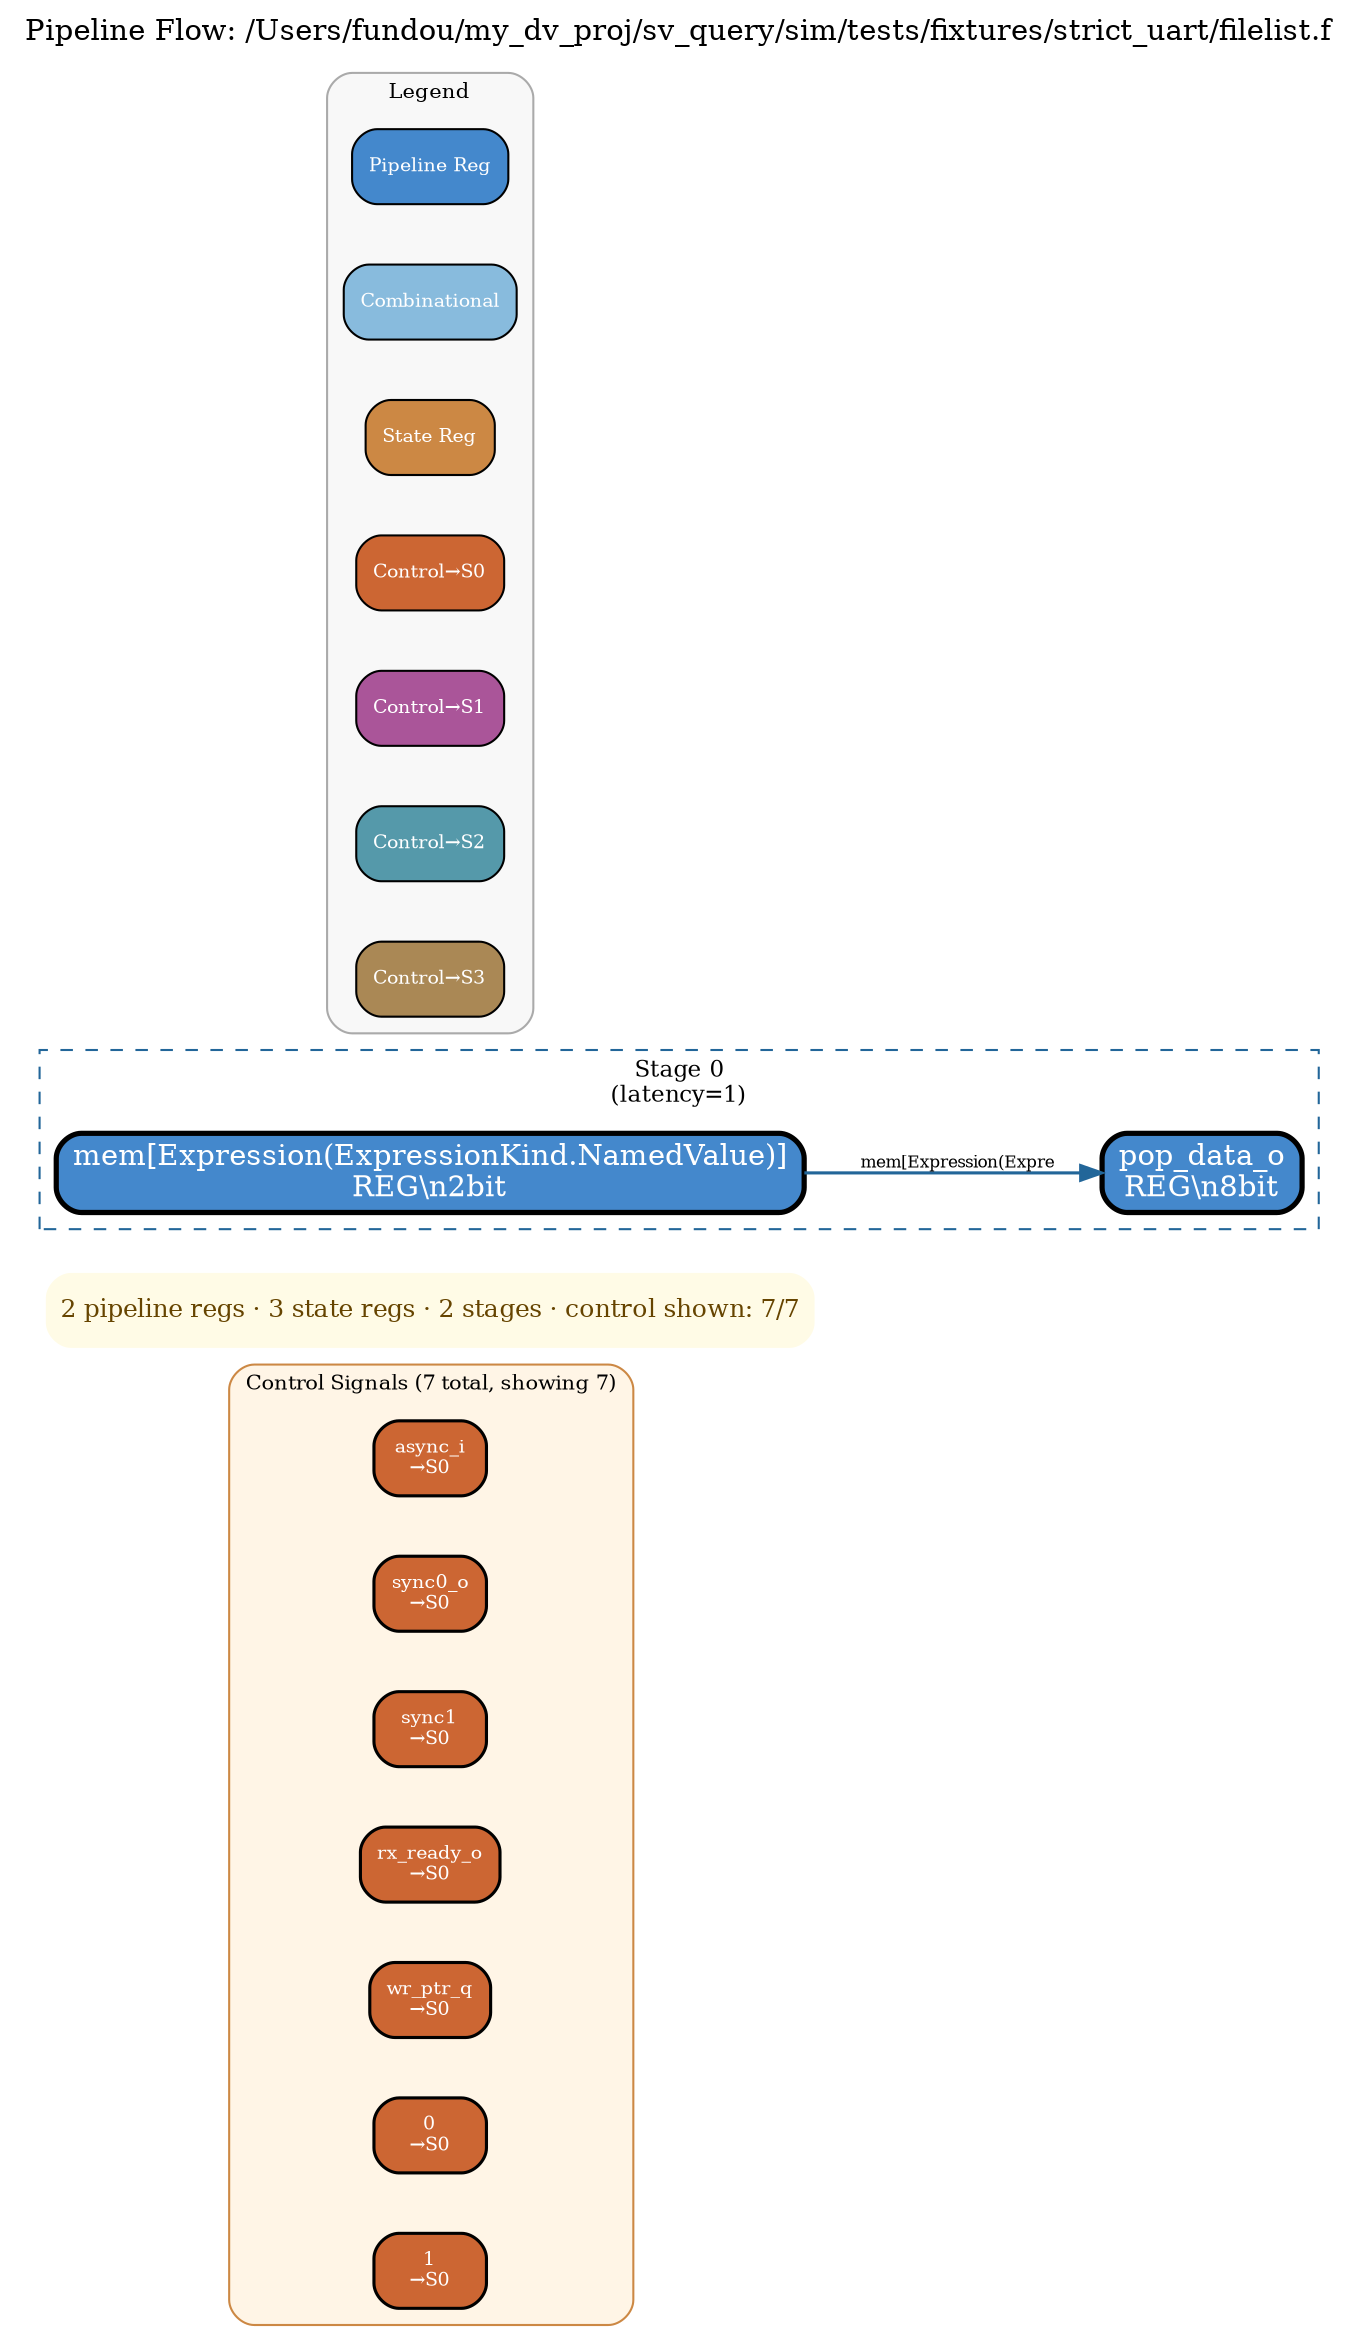
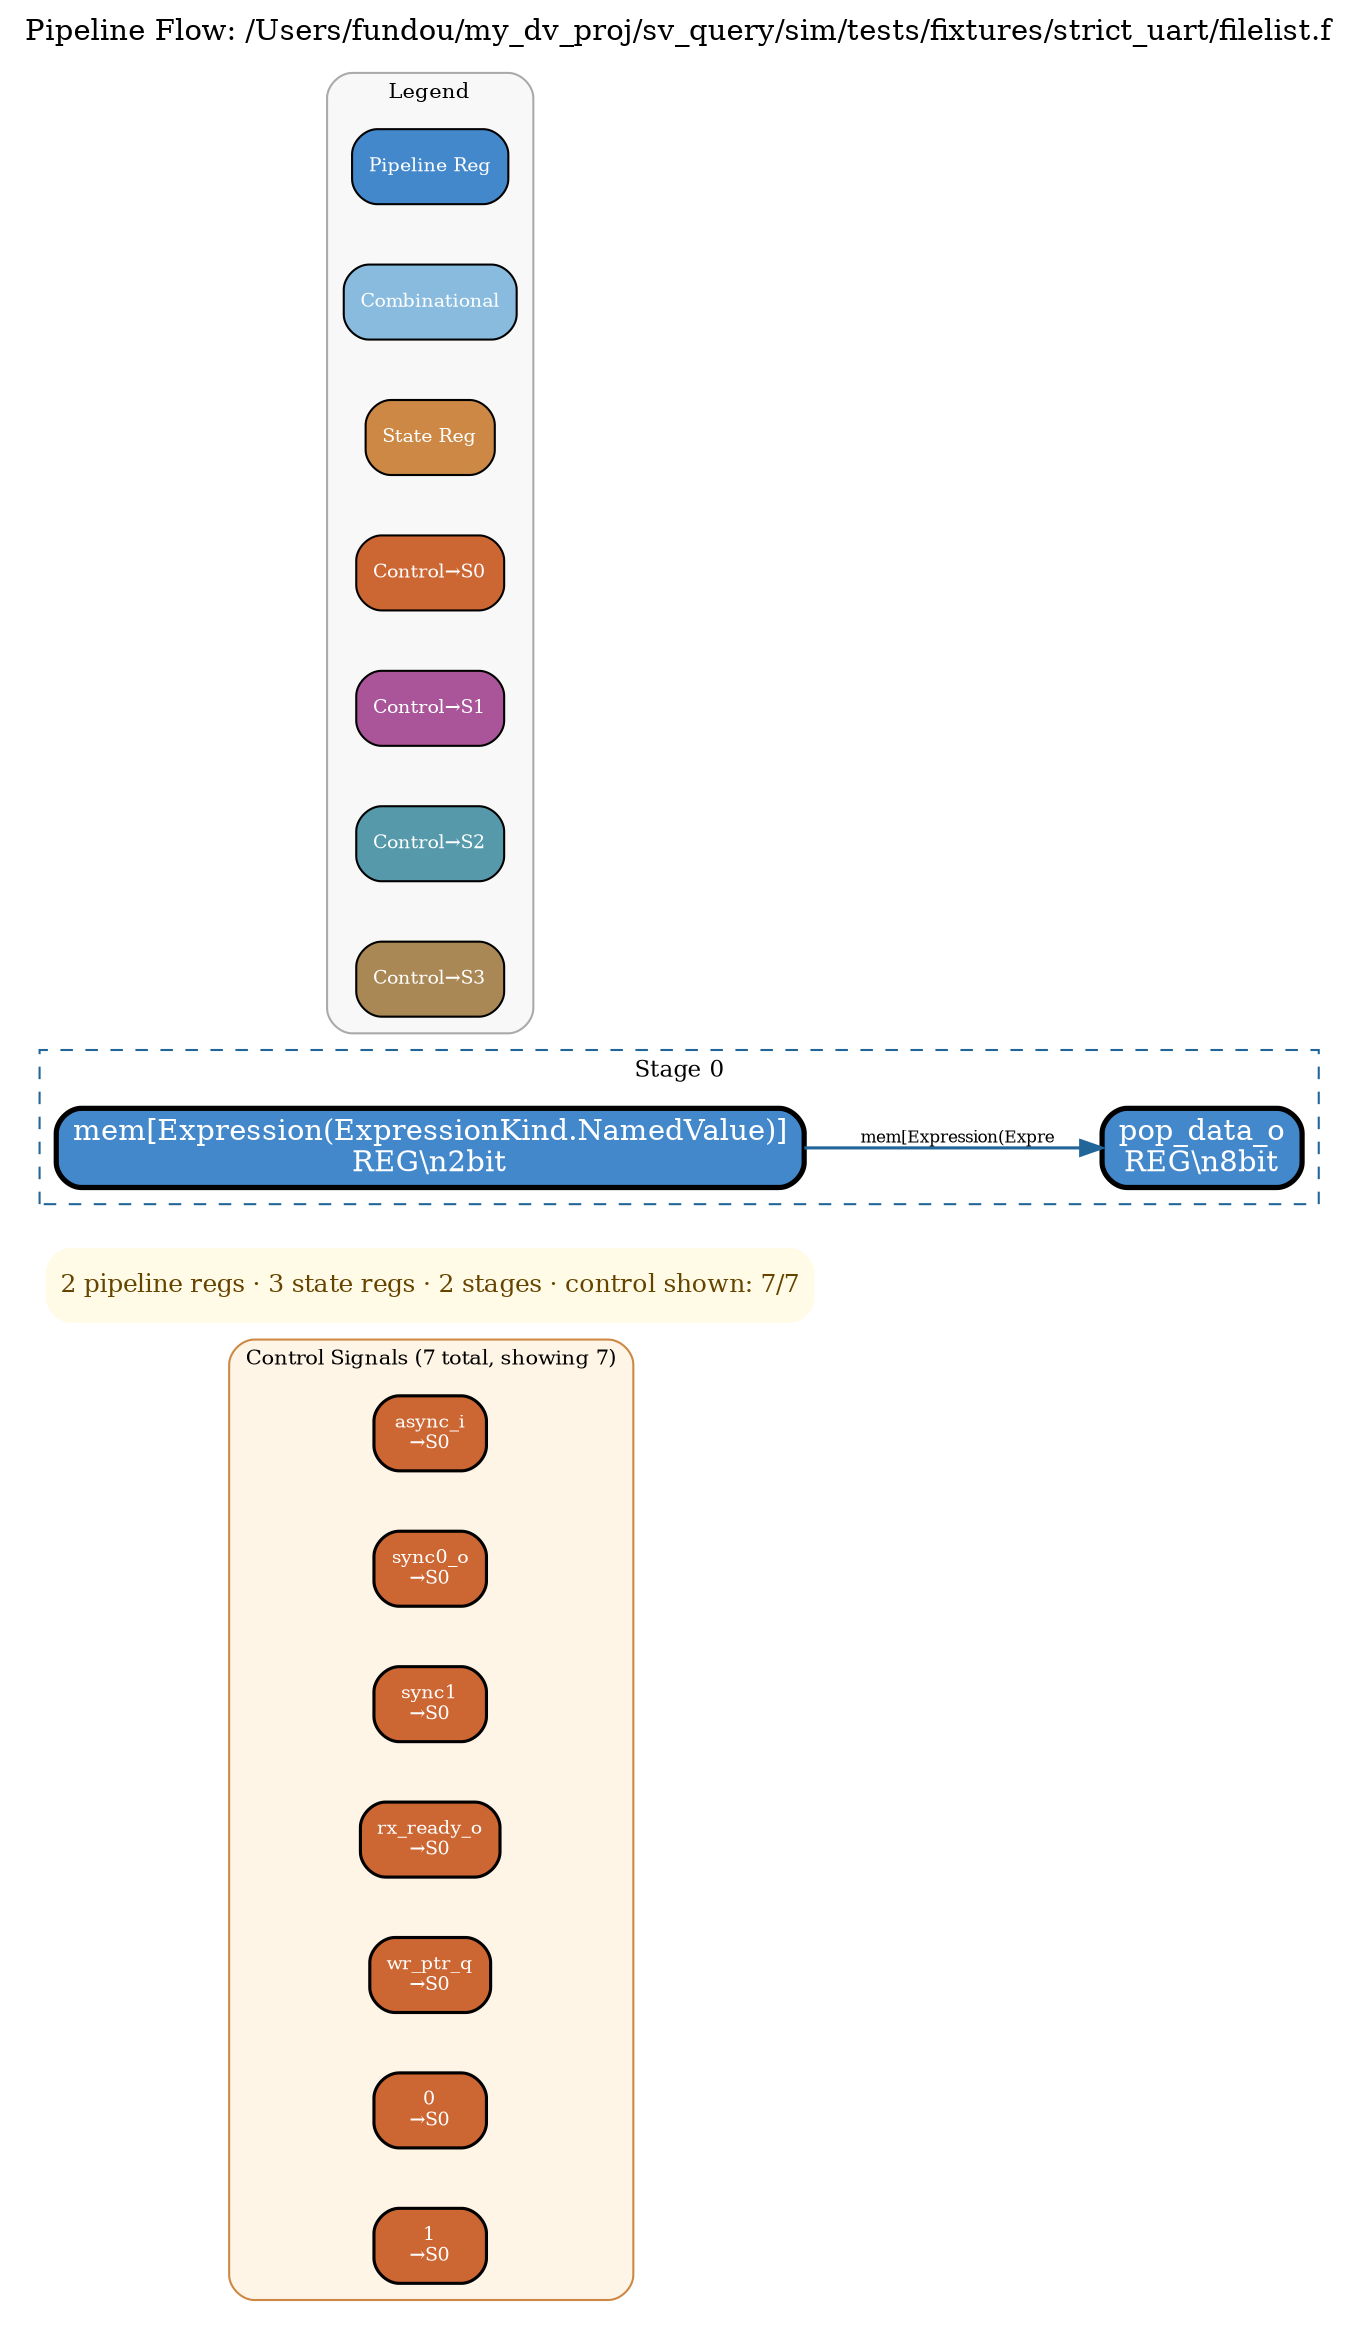
digraph pipeline {
  rankdir=LR;
+   ranksep=0.6;
+   nodesep=0.4;
  label="Pipeline Flow: /Users/fundou/my_dv_proj/sv_query/sim/tests/fixtures/strict_uart/filelist.f";
  labelloc=t;
  fontsize=14;
-   ranksep=0.6;
-   nodesep=0.4;
  splines=polyline;

  // 2 pipeline regs, 2 control regs
  // 3 state regs, 2 stages

  // === Control signals header row (top, color-coded by target stage) ===
  subgraph cluster_control_header {
    label="Control Signals (7 total, showing 7)";
    style="rounded,filled";
    fillcolor="#fff5e6";
    color="#cc8844";
    fontsize=10;
    rank=min;
    "synchronizer.async_i" [label="async_i\n→S0" shape=box style="rounded,filled" fillcolor="#cc6633" fontcolor="white" penwidth=1.5 fontsize=9];
    "synchronizer.sync0_o" [label="sync0_o\n→S0" shape=box style="rounded,filled" fillcolor="#cc6633" fontcolor="white" penwidth=1.5 fontsize=9];
    "synchronizer.sync1" [label="sync1\n→S0" shape=box style="rounded,filled" fillcolor="#cc6633" fontcolor="white" penwidth=1.5 fontsize=9];
    "uart_top.rx_ready_o" [label="rx_ready_o\n→S0" shape=box style="rounded,filled" fillcolor="#cc6633" fontcolor="white" penwidth=1.5 fontsize=9];
    "sync_fifo.wr_ptr_q" [label="wr_ptr_q\n→S0" shape=box style="rounded,filled" fillcolor="#cc6633" fontcolor="white" penwidth=1.5 fontsize=9];
    "0" [label="0\n→S0" shape=box style="rounded,filled" fillcolor="#cc6633" fontcolor="white" penwidth=1.5 fontsize=9];
    "1" [label="1\n→S0" shape=box style="rounded,filled" fillcolor="#cc6633" fontcolor="white" penwidth=1.5 fontsize=9];
  }

  // === TL;DR ===
  TLDR [shape=plaintext, label="2 pipeline regs · 3 state regs · 2 stages · control shown: 7/7",
        fontsize=12, fontcolor="#664400",
        fillcolor="#fffbe6", style="rounded,filled",
        margin=0.1];
  subgraph cluster_stage0 {
-     label="Stage 0\n(latency=1)";
+     label="Stage 0";
    style=dashed;
    color="#226699";
    fontsize=11;
    "sync_fifo.mem[Expression(ExpressionKind.NamedValue)]" [label="mem[Expression(ExpressionKind.NamedValue)]\nREG\\n2bit" shape=box style="rounded,filled" fillcolor="#4488cc" fontcolor="white" penwidth=2.5];
    "sync_fifo.pop_data_o" [label="pop_data_o\
8bit" shape=box style="rounded,filled" fillcolor="#88bbdd" fontcolor="white" penwidth=1];
  }

  subgraph cluster_stage1 {
-     label="Stage 1\n(latency=1)";
+     label="Stage 1";
    style=dashed;
    color="#226699";
    fontsize=11;
    "sync_fifo.pop_data_o" [label="pop_data_o\nREG\\n8bit" shape=box style="rounded,filled" fillcolor="#4488cc" fontcolor="white" penwidth=2.5];
  }

  // === Data edges (stage → stage) ===
  "sync_fifo.mem[Expression(ExpressionKind.NamedValue)]" -> "sync_fifo.pop_data_o" [color="#226699" penwidth=1.5 label="mem[Expression(Expre" fontsize=8];

  // === Control edges (dashed, color-matched to target stage) ===

  // === Legend ===
  subgraph cluster_legend {
    label="Legend";
    style="rounded,filled";
    fillcolor="#f8f8f8";
    color="#aaaaaa";
    fontsize=10;
    rank=sink;
    "legend_pipeline_0" [label="Pipeline Reg" shape=box,style="filled,rounded" fillcolor="#4488cc" fontcolor="white" fontsize=9];
    "legend_pipeline_1" [label="Combinational" shape=box,style="filled,rounded" fillcolor="#88bbdd" fontcolor="white" fontsize=9];
    "legend_pipeline_2" [label="State Reg" shape=box,style="filled,rounded" fillcolor="#cc8844" fontcolor="white" fontsize=9];
    "legend_pipeline_3" [label="Control→S0" shape=box,style="filled,rounded" fillcolor="#cc6633" fontcolor="white" fontsize=9];
    "legend_pipeline_4" [label="Control→S1" shape=box,style="filled,rounded" fillcolor="#aa5599" fontcolor="white" fontsize=9];
    "legend_pipeline_5" [label="Control→S2" shape=box,style="filled,rounded" fillcolor="#5599aa" fontcolor="white" fontsize=9];
    "legend_pipeline_6" [label="Control→S3" shape=box,style="filled,rounded" fillcolor="#aa8855" fontcolor="white" fontsize=9];
  }
}